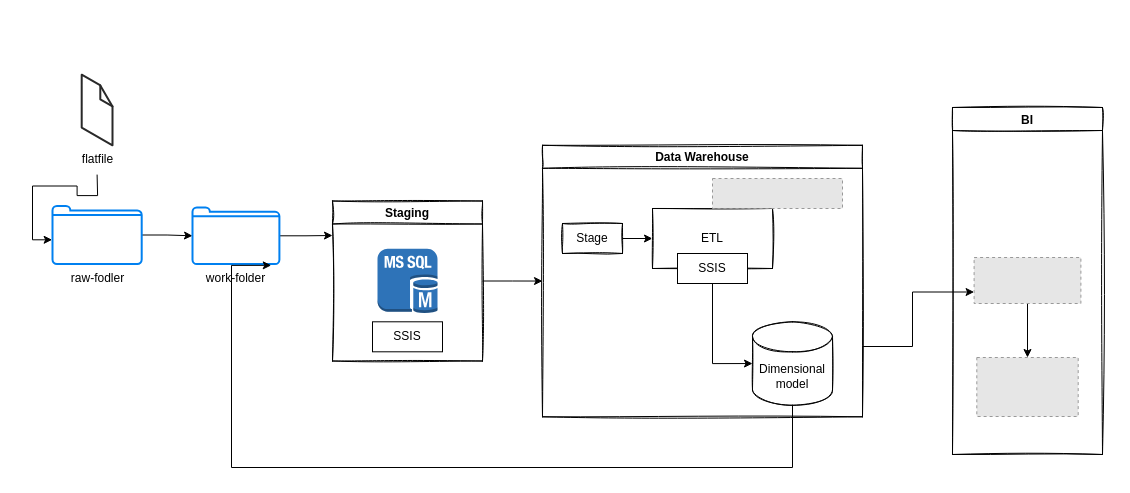
Earlier version of the draw.io diagram page "data-pipeline" (1 of 2) of docs/Untitled Diagram.drawio (duy-deliver/Healthcare-Group-02). Source tidied: cells renumbered, new cells numbered last; positions are measured from the earlier drawing's top-left corner, leaving out a move shared by most shapes. Both pictures are drawn from the tidied source at 100%, with x=0, y=0 at pixel (52, 74). Pictures stored in the file or linked from it are replaced by grey dashed boxes.
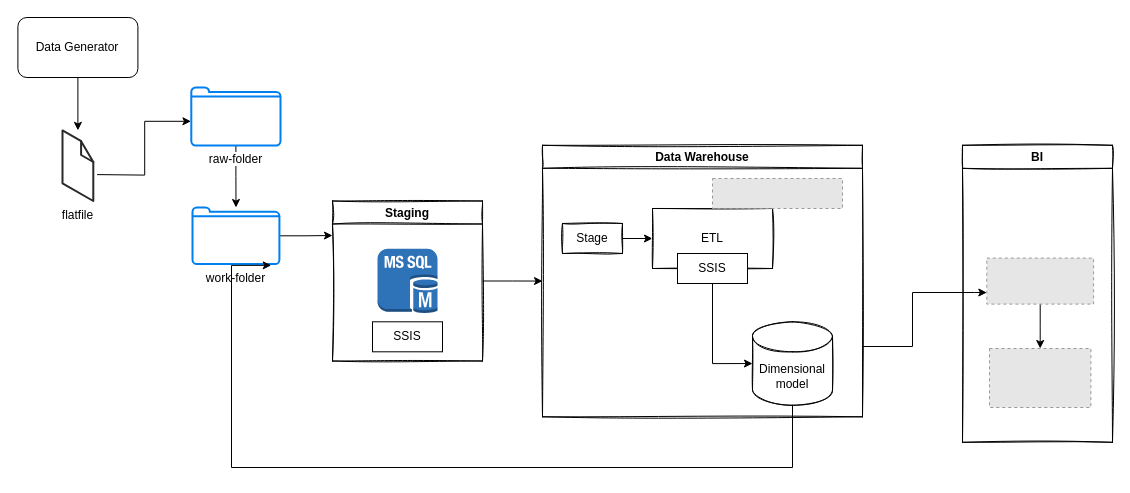
The same page after the edit.

Diff of the diagram source:
```diff
@@
     <mxCell id="3" value="flatfile" style="verticalLabelPosition=bottom;html=1;verticalAlign=top;strokeWidth=1;align=center;outlineConnect=0;dashed=0;outlineConnect=0;shape=mxgraph.aws3d.file;strokeColor=#292929;" parent="1" vertex="1">
-      <mxGeometry x="29.2" y="0.2" width="30.8" height="70.6" as="geometry" />
+      <mxGeometry x="10" y="55.9" width="30.8" height="70.6" as="geometry" />
     </mxCell>
@@
-    <mxCell id="5" value="raw-fodler" style="html=1;verticalLabelPosition=bottom;align=center;labelBackgroundColor=#ffffff;verticalAlign=top;strokeWidth=2;strokeColor=#0080F0;shadow=0;dashed=0;shape=mxgraph.ios7.icons.folder;" parent="1" vertex="1">
-      <mxGeometry y="131.5" width="89.2" height="58" as="geometry" />
+    <mxCell id="5" value="raw-folder" style="html=1;verticalLabelPosition=bottom;align=center;labelBackgroundColor=#ffffff;verticalAlign=top;strokeWidth=2;strokeColor=#0080F0;shadow=0;dashed=0;shape=mxgraph.ios7.icons.folder;" parent="1" vertex="1">
+      <mxGeometry x="138.8" y="13" width="89.2" height="58" as="geometry" />
     </mxCell>
@@
     <mxCell id="21" value="BI" style="swimlane;rounded=0;glass=0;sketch=1;" parent="1" vertex="1">
-      <mxGeometry x="900" y="33" width="150" height="347" as="geometry" />
+      <mxGeometry x="910" y="70.8" width="150" height="297" as="geometry" />
     </mxCell>
@@
     <mxCell id="23" style="fillColor=#E6E6E6;strokeColor=#999999;dashed=1;verticalLabelPosition=bottom;labelBackgroundColor=#ffffff;verticalAlign=top;" parent="21" vertex="1">
-      <mxGeometry x="21.6" y="150" width="106.8" height="46" as="geometry" />
+      <mxGeometry x="24.3" y="112.8" width="106.8" height="46" as="geometry" />
     </mxCell>
     <mxCell id="24" style="fillColor=#E6E6E6;strokeColor=#999999;dashed=1;verticalLabelPosition=bottom;labelBackgroundColor=#ffffff;verticalAlign=top;" parent="21" vertex="1">
-      <mxGeometry x="24.3" y="250" width="101.4" height="59" as="geometry" />
+      <mxGeometry x="27" y="203.2" width="101.4" height="59" as="geometry" />
     </mxCell>
@@
+    <mxCell id="26" style="edgeStyle=orthogonalEdgeStyle;rounded=0;jettySize=auto;html=1;" parent="1" edge="1" source="27" target="3">
+      <mxGeometry relative="1" as="geometry" />
+    </mxCell>
+    <mxCell id="27" value="Data Generator" style="rounded=1;whiteSpace=wrap;html=1;" parent="1" vertex="1">
+      <mxGeometry x="-34.6" y="-57" width="120" height="60" as="geometry" />
+    </mxCell>
```
